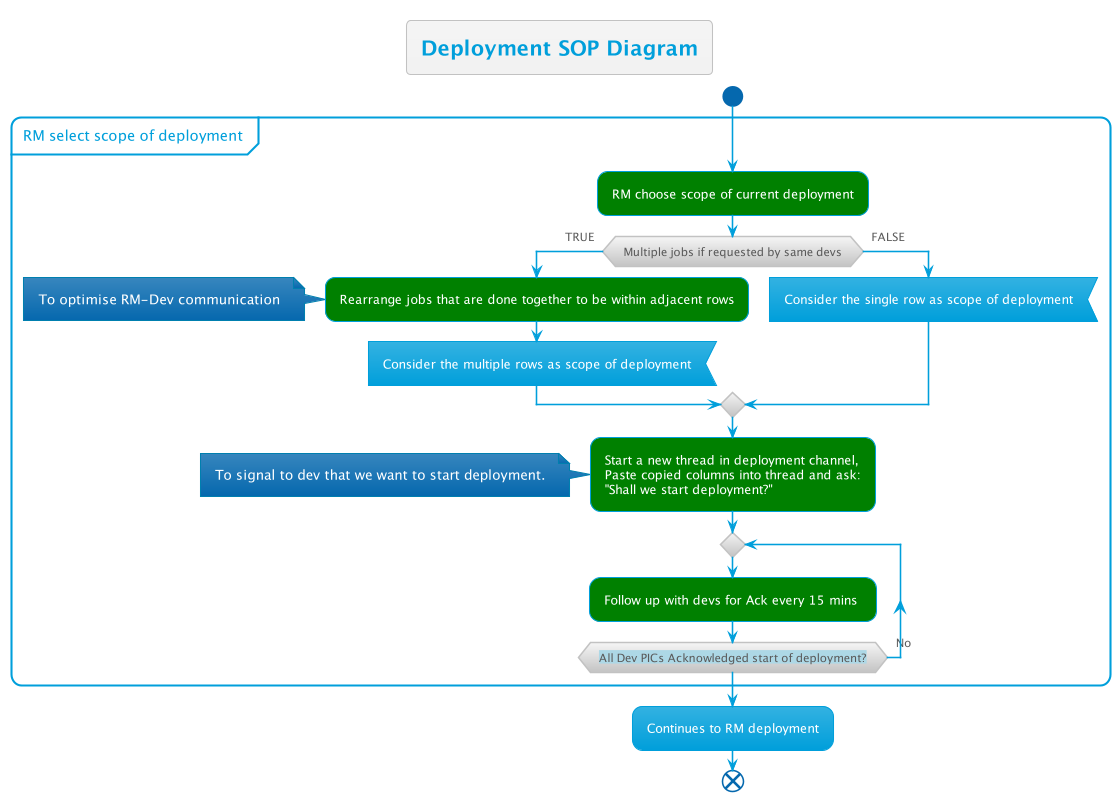
Above: out/GeneralDeploymentFlow/1/1.png in thetomitomo/diagrams (PlantUML), before the change.
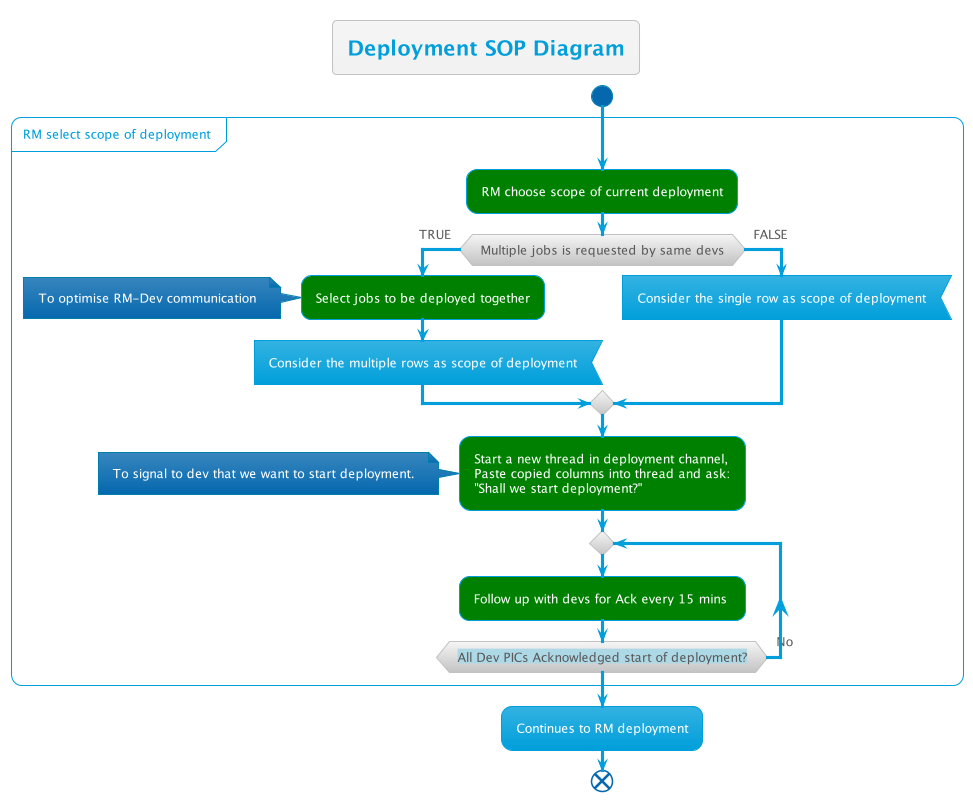
The same file after the commit.

Commit message:
general dep flow

Diff of the diagram source:
```diff
@@ -9,8 +9,8 @@
 partition "RM select scope of deployment" {
     #Green:RM choose scope of current deployment;
 
-    if (Multiple jobs if requested by same devs) then (TRUE)
-        #Green:Rearrange jobs that are done together to be within adjacent rows;
+    if (Multiple jobs is requested by same devs) then (TRUE)
+        #Green:Select jobs to be deployed together;
         note left
             To optimise RM-Dev communication
         end note
```
